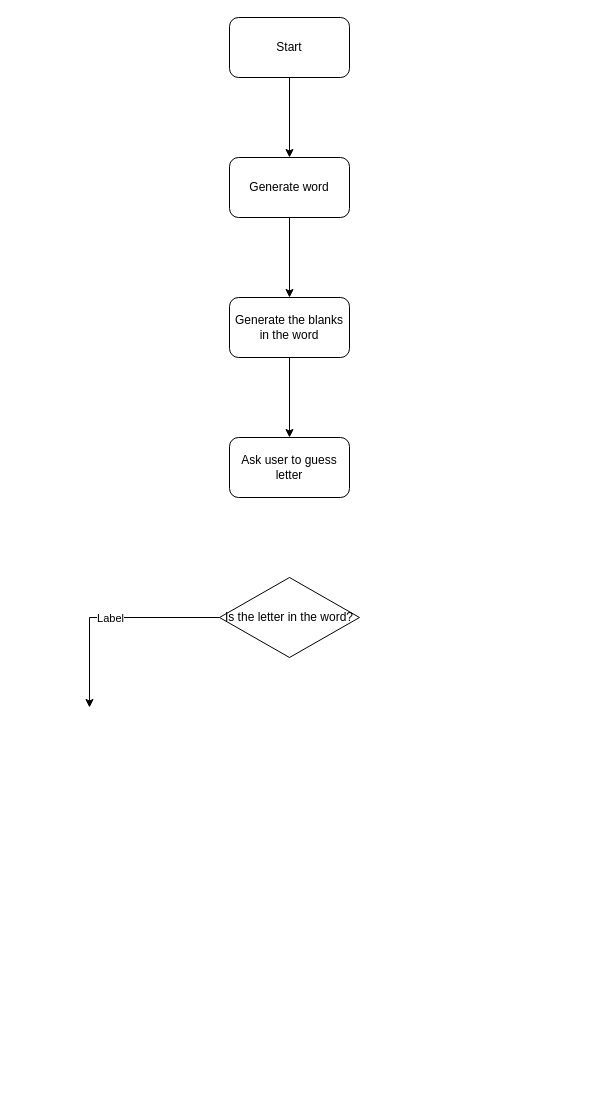
The draw.io diagram model/you/Hangman.drawio in Gitgamer55/gpt4free-ts, before the edit. Source tidied: cells renumbered, new cells numbered last; positions are measured from the earlier drawing's top-left corner, leaving out a move shared by most shapes. Both pictures are drawn from the tidied source at 100%, with x=0, y=0 at pixel (89, 17).
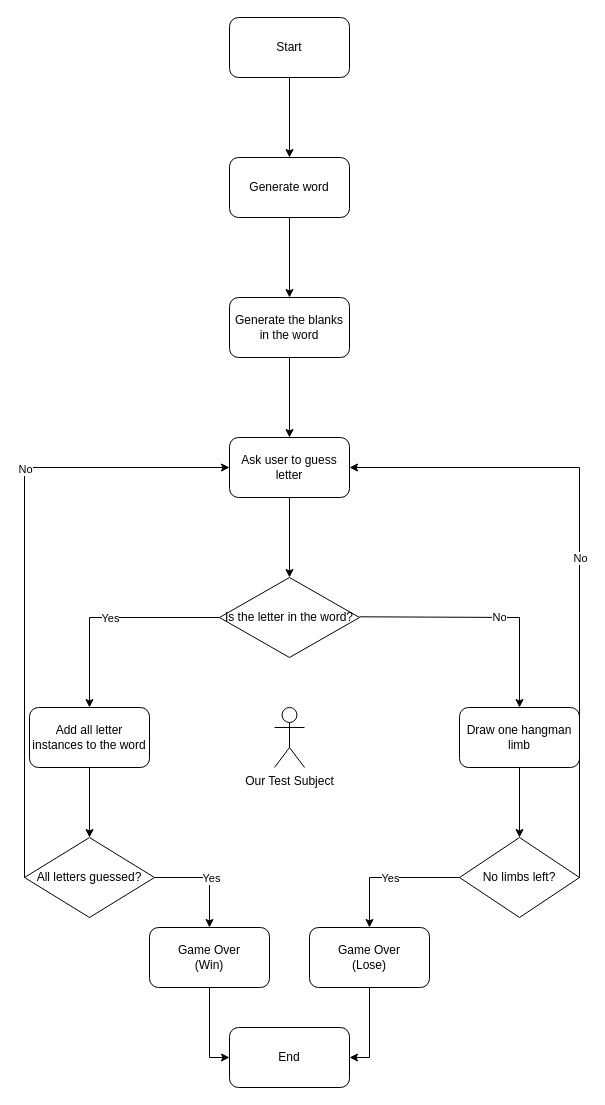
The same page after the edit.

Unchanged cells that the change refers to:
```xml
<mxCell id="7" value="Ask user to guess letter" style="rounded=1;whiteSpace=wrap;html=1;" parent="1" vertex="1">
  <mxGeometry x="140" y="420" width="120" height="60" as="geometry" />
</mxCell>
<mxCell id="8" value="Is the letter in the word?" style="rhombus;whiteSpace=wrap;html=1;" parent="1" vertex="1">
  <mxGeometry x="130" y="560" width="140" height="80" as="geometry" />
</mxCell>
<mxCell id="10" style="endArrow=classic;html=1;rounded=0;exitX=0;exitY=0.5;exitDx=0;exitDy=0;" parent="1" edge="1" source="8">
  <mxGeometry relative="1" as="geometry">
    <mxPoint y="690" as="targetPoint" />
    <Array as="points">
      <mxPoint y="600" />
    </Array>
  </mxGeometry>
</mxCell>
```

The edit, as a diff of the source:
```diff
@@
-    <mxCell id="11" value="Label" style="edgeLabel;html=1;align=center;verticalAlign=middle;" parent="10" vertex="1">
+    <mxCell id="11" value="Yes" style="edgeLabel;html=1;align=center;verticalAlign=middle;" parent="10" vertex="1">
       <mxGeometry relative="1" as="geometry" />
     </mxCell>
+    <mxCell id="12" style="endArrow=classic;html=1;rounded=0;entryX=0.5;entryY=0;entryDx=0;entryDy=0;exitX=0.5;exitY=1;exitDx=0;exitDy=0;" parent="1" edge="1" source="7" target="8">
+      <mxGeometry relative="1" as="geometry" />
+    </mxCell>
+    <mxCell id="13" value="Add all letter instances to the word" style="rounded=1;whiteSpace=wrap;html=1;" parent="1" vertex="1">
+      <mxGeometry x="-60" y="690" width="120" height="60" as="geometry" />
+    </mxCell>
+    <mxCell id="14" value="All letters guessed?" style="rhombus;whiteSpace=wrap;html=1;" parent="1" vertex="1">
+      <mxGeometry x="-65" y="820" width="130" height="80" as="geometry" />
+    </mxCell>
+    <mxCell id="15" style="endArrow=classic;html=1;rounded=0;exitX=0.5;exitY=1;exitDx=0;exitDy=0;entryX=0.5;entryY=0;entryDx=0;entryDy=0;" parent="1" edge="1" source="13" target="14">
+      <mxGeometry relative="1" as="geometry" />
+    </mxCell>
+    <mxCell id="16" value="Game Over&lt;br&gt;(Win)" style="rounded=1;whiteSpace=wrap;html=1;" parent="1" vertex="1">
+      <mxGeometry x="60" y="910" width="120" height="60" as="geometry" />
+    </mxCell>
+    <mxCell id="17" style="endArrow=classic;html=1;rounded=0;exitX=1;exitY=0.5;exitDx=0;exitDy=0;entryX=0.5;entryY=0;entryDx=0;entryDy=0;" parent="1" edge="1" source="14" target="16">
+      <mxGeometry relative="1" as="geometry">
+        <Array as="points">
+          <mxPoint x="120" y="860" />
+        </Array>
+      </mxGeometry>
+    </mxCell>
+    <mxCell id="18" value="Yes" style="edgeLabel;html=1;align=center;verticalAlign=middle;" parent="17" vertex="1">
+      <mxGeometry x="-0.05" y="-1" relative="1" as="geometry">
+        <mxPoint x="6" y="-1" as="offset" />
+      </mxGeometry>
+    </mxCell>
+    <mxCell id="19" style="endArrow=classic;html=1;rounded=0;exitX=0;exitY=0.5;exitDx=0;exitDy=0;entryX=0;entryY=0.5;entryDx=0;entryDy=0;" parent="1" edge="1" source="14" target="7">
+      <mxGeometry relative="1" as="geometry">
+        <Array as="points">
+          <mxPoint x="-65" y="450" />
+        </Array>
+      </mxGeometry>
+    </mxCell>
+    <mxCell id="20" value="No" style="edgeLabel;html=1;align=center;verticalAlign=middle;" parent="19" vertex="1">
+      <mxGeometry x="-0.01" y="-2" relative="1" as="geometry">
+        <mxPoint x="-2" y="-105" as="offset" />
+      </mxGeometry>
+    </mxCell>
+    <mxCell id="21" style="endArrow=classic;html=1;rounded=0;entryX=0.5;entryY=0;entryDx=0;entryDy=0;" parent="1" edge="1" target="23">
+      <mxGeometry relative="1" as="geometry">
+        <mxPoint x="270" y="599.3" as="sourcePoint" />
+        <Array as="points">
+          <mxPoint x="430" y="600" />
+        </Array>
+      </mxGeometry>
+    </mxCell>
+    <mxCell id="22" value="No" style="edgeLabel;html=1;align=center;verticalAlign=middle;" parent="21" vertex="1">
+      <mxGeometry x="0.11" y="-5" relative="1" as="geometry">
+        <mxPoint x="1" y="-5" as="offset" />
+      </mxGeometry>
+    </mxCell>
+    <mxCell id="23" value="Draw one hangman limb" style="rounded=1;whiteSpace=wrap;html=1;" parent="1" vertex="1">
+      <mxGeometry x="370" y="690" width="120" height="60" as="geometry" />
+    </mxCell>
+    <mxCell id="24" value="No limbs left?" style="rhombus;whiteSpace=wrap;html=1;" parent="1" vertex="1">
+      <mxGeometry x="370" y="820" width="120" height="80" as="geometry" />
+    </mxCell>
+    <mxCell id="25" style="endArrow=classic;html=1;rounded=0;entryX=0.5;entryY=0;entryDx=0;entryDy=0;exitX=0.5;exitY=1;exitDx=0;exitDy=0;" parent="1" edge="1" source="23" target="24">
+      <mxGeometry relative="1" as="geometry" />
+    </mxCell>
+    <mxCell id="26" value="Game Over&lt;br&gt;(Lose)" style="rounded=1;whiteSpace=wrap;html=1;" parent="1" vertex="1">
+      <mxGeometry x="220" y="910" width="120" height="60" as="geometry" />
+    </mxCell>
+    <mxCell id="27" style="endArrow=classic;html=1;rounded=0;entryX=0.5;entryY=0;entryDx=0;entryDy=0;exitX=0;exitY=0.5;exitDx=0;exitDy=0;" parent="1" edge="1" source="24" target="26">
+      <mxGeometry relative="1" as="geometry">
+        <Array as="points">
+          <mxPoint x="280" y="860" />
+        </Array>
+      </mxGeometry>
+    </mxCell>
+    <mxCell id="28" value="Yes" style="edgeLabel;html=1;align=center;verticalAlign=middle;" parent="27" vertex="1">
+      <mxGeometry relative="1" as="geometry" />
+    </mxCell>
+    <mxCell id="29" style="endArrow=classic;html=1;rounded=0;entryX=1;entryY=0.5;entryDx=0;entryDy=0;exitX=1;exitY=0.5;exitDx=0;exitDy=0;" parent="1" edge="1" source="24" target="7">
+      <mxGeometry relative="1" as="geometry">
+        <Array as="points">
+          <mxPoint x="490" y="450" />
+        </Array>
+      </mxGeometry>
+    </mxCell>
+    <mxCell id="30" value="No" style="edgeLabel;html=1;align=center;verticalAlign=middle;" parent="29" vertex="1">
+      <mxGeometry relative="1" as="geometry" />
+    </mxCell>
+    <mxCell id="31" value="End" style="rounded=1;whiteSpace=wrap;html=1;" parent="1" vertex="1">
+      <mxGeometry x="140" y="1010" width="120" height="60" as="geometry" />
+    </mxCell>
+    <mxCell id="32" style="endArrow=classic;html=1;rounded=0;entryX=0;entryY=0.5;entryDx=0;entryDy=0;exitX=0.5;exitY=1;exitDx=0;exitDy=0;" parent="1" edge="1" source="16" target="31">
+      <mxGeometry relative="1" as="geometry">
+        <Array as="points">
+          <mxPoint x="120" y="1040" />
+        </Array>
+      </mxGeometry>
+    </mxCell>
+    <mxCell id="33" style="endArrow=classic;html=1;rounded=0;exitX=0.5;exitY=1;exitDx=0;exitDy=0;entryX=1;entryY=0.5;entryDx=0;entryDy=0;" parent="1" edge="1" source="26" target="31">
+      <mxGeometry relative="1" as="geometry">
+        <Array as="points">
+          <mxPoint x="280" y="1040" />
+        </Array>
+      </mxGeometry>
+    </mxCell>
+    <mxCell id="34" value="Our Test Subject" style="shape=umlActor;verticalLabelPosition=bottom;verticalAlign=top;html=1;" parent="1" vertex="1">
+      <mxGeometry x="185" y="690" width="30" height="60" as="geometry" />
+    </mxCell>
```
